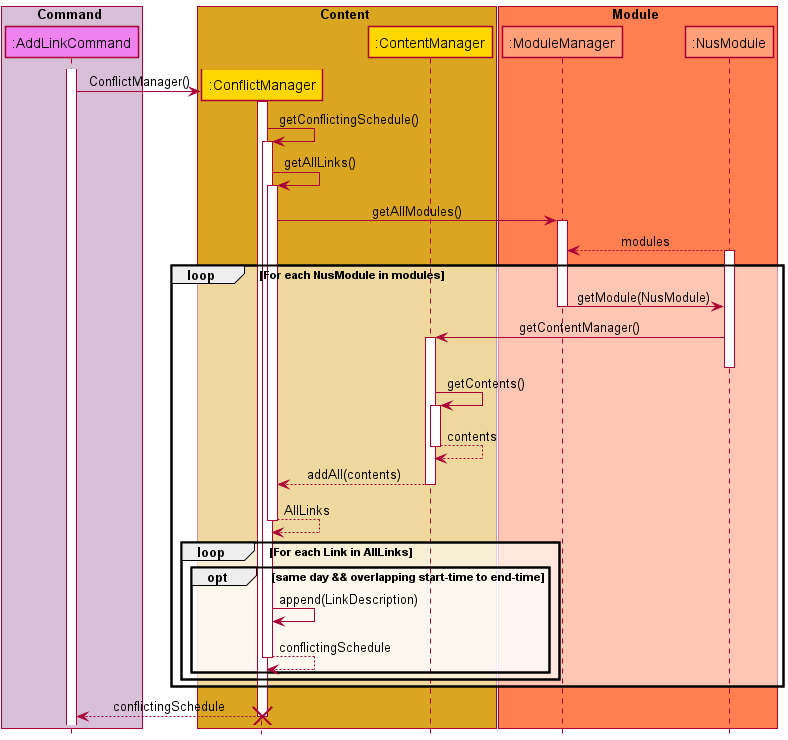
nus-cs2113-AY2122S1/tp keeps this PlantUML diagram as docs/attachments/ConflictManagerSequenceDiagram.png. Above is the earlier version.
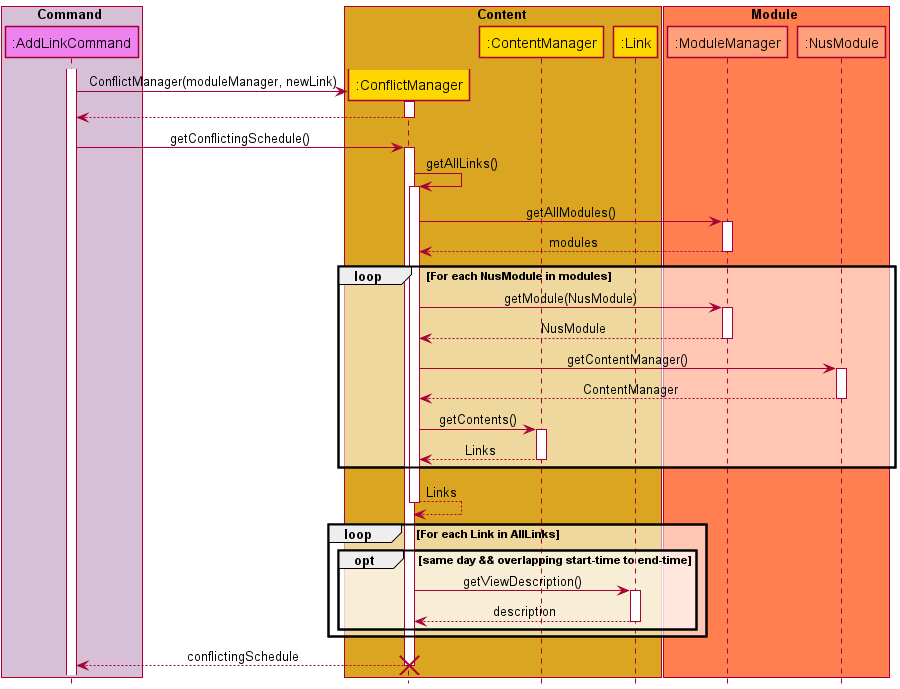
Later version of the same file.

What changed in the source:
```diff
@@ -9,6 +9,7 @@
 box Content CONTENT_BOX_COLOR
 participant ":ConflictManager" as ConflictManager CONTENT_COLOR
 participant ":ContentManager" as ContentManager CONTENT_COLOR
+participant ":Link" as Link CONTENT_COLOR
 endbox
 
 box Module MODULE_BOX_COLOR
@@ -16,49 +17,36 @@
 participant ":NusModule" as NusModule MODULE_COLOR
 endbox
 
+autoactivate on
 
-Activate AddLinkCommand
+activate AddLinkCommand
 create ConflictManager
-AddLinkCommand -> ConflictManager: ConflictManager()
-Activate ConflictManager
+AddLinkCommand -> ConflictManager: ConflictManager(moduleManager, newLink)
+return
+AddLinkCommand -> ConflictManager: getConflictingSchedule()
+  ConflictManager -> ConflictManager: getAllLinks()
+    ConflictManager -> ModuleManager: getAllModules()
+    return modules
 
-ConflictManager -> ConflictManager: getConflictingSchedule()
-Activate ConflictManager
+    loop For each NusModule in modules
 
-ConflictManager -> ConflictManager: getAllLinks()
-Activate ConflictManager
+      ConflictManager -> ModuleManager: getModule(NusModule)
+      return NusModule
 
-ConflictManager -> ModuleManager: getAllModules()
-Activate ModuleManager
-NusModule --> ModuleManager: modules
-Activate NusModule
+     ConflictManager-> NusModule : getContentManager()
+     return ContentManager
 
-loop For each NusModule in modules
-    ModuleManager -> NusModule: getModule(NusModule)
-    Deactivate ModuleManager
-    NusModule -> ContentManager : getContentManager()
-    Activate ContentManager
-    Deactivate NusModule
-    ContentManager -> ContentManager: getContents()
-    Activate ContentManager
-    ContentManager --> ContentManager: contents
-    Deactivate ContentManager
-    ContentManager --> ConflictManager: addAll(contents)
-    Deactivate ContentManager
-    ConflictManager --> ConflictManager: AllLinks
-    Deactivate ConflictManager
-
+      ConflictManager -> ContentManager: getContents()
+      return Links
+    end
+    return Links
     loop For each Link in AllLinks
         opt same day && overlapping start-time to end-time
-        ConflictManager -> ConflictManager: append(LinkDescription)
-        ConflictManager --> ConflictManager: conflictingSchedule
-        Deactivate ConflictManager
+          ConflictManager -> Link :getViewDescription()
+          return description
+        end
     end
-end
 
-
-end
-
-ConflictManager --> AddLinkCommand: conflictingSchedule
+return conflictingSchedule
 destroy ConflictManager
 @enduml
```
